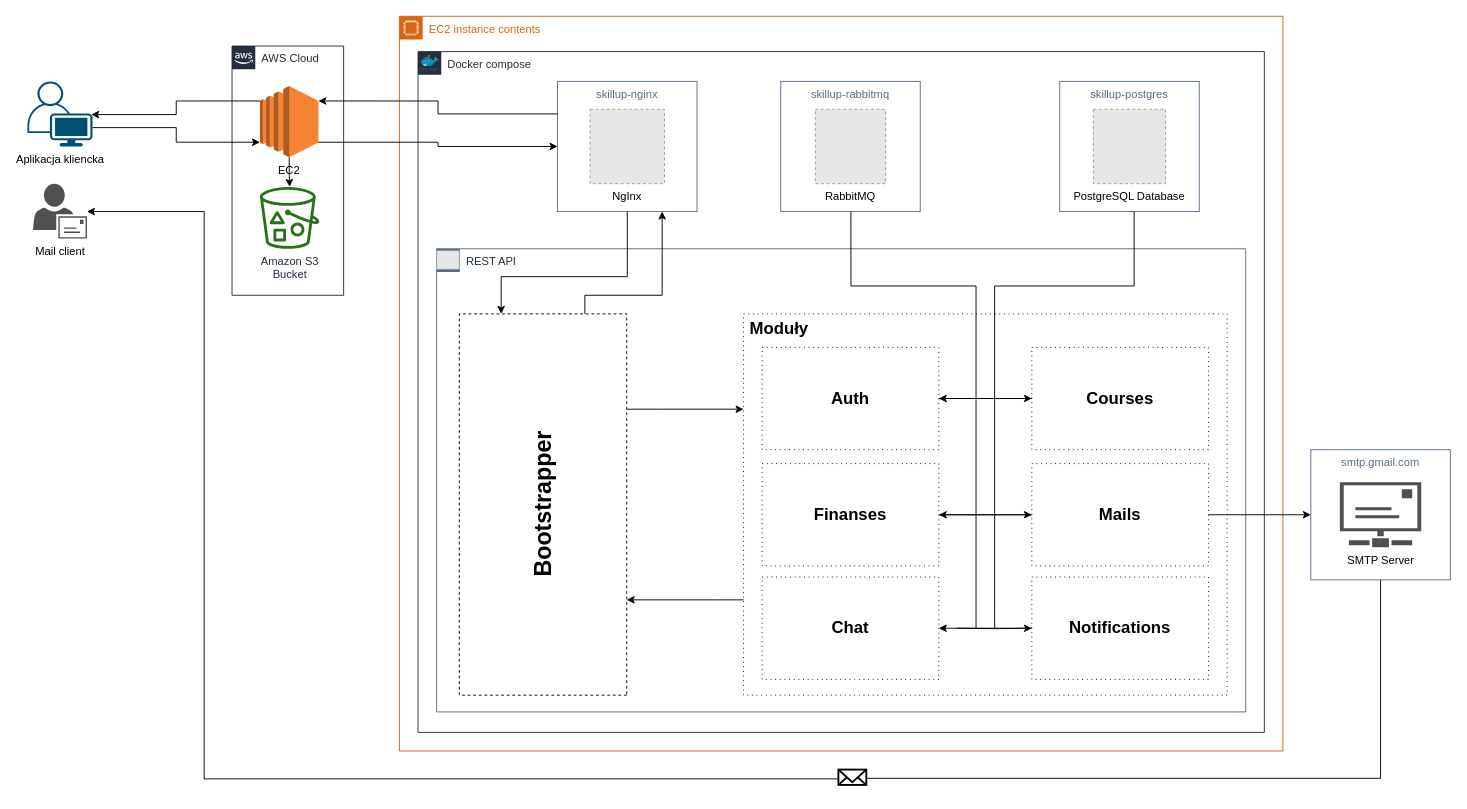
Above: page "Architecture-Prod" (1 of 3) of src/documentation/graphs.drawio in FriZiii/SkillUp (draw.io), before the change. Source tidied: cells renumbered, new cells numbered last; positions are measured from the earlier drawing's top-left corner, leaving out a move shared by most shapes. Both pictures are drawn from the tidied source at 93%, with x=0, y=0 at pixel (27, 16). Pictures stored in the file or linked from it are replaced by grey dashed boxes.
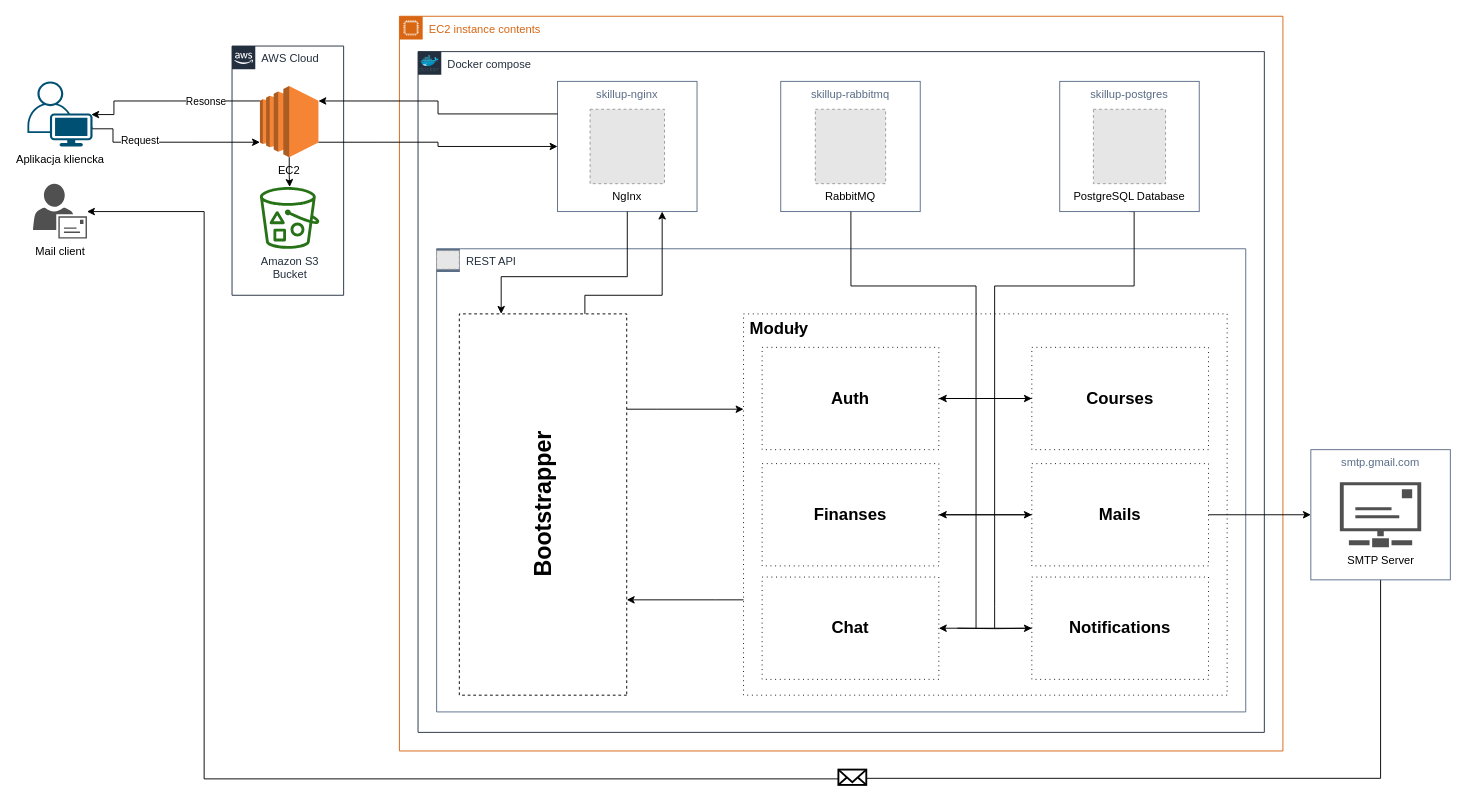
Above is the later version.

Unchanged cells that the change refers to:
```xml
<mxCell id="5" value="EC2" style="outlineConnect=0;dashed=0;verticalLabelPosition=bottom;verticalAlign=top;align=center;html=1;shape=mxgraph.aws3.ec2;fillColor=#F58534;gradientColor=none;" parent="2" vertex="1">
  <mxGeometry x="30" y="43" width="62.9" height="76.5" as="geometry" />
</mxCell>
<mxCell id="41" value="Aplikacja kliencka" style="points=[[0.35,0,0],[0.98,0.51,0],[1,0.71,0],[0.67,1,0],[0,0.795,0],[0,0.65,0]];verticalLabelPosition=bottom;sketch=0;html=1;verticalAlign=top;align=center;shape=mxgraph.cisco19.user;fillColor=#005073;strokeColor=none;" parent="1" vertex="1">
  <mxGeometry y="70" width="70" height="70" as="geometry" />
</mxCell>
```

What changed in the source:
```diff
@@
     <mxCell id="40" style="edgeStyle=orthogonalEdgeStyle;rounded=0;jettySize=auto;html=1;entryX=0;entryY=0.79;entryDx=0;entryDy=0;entryPerimeter=0;exitX=1;exitY=0.71;exitDx=0;exitDy=0;exitPerimeter=0;" parent="1" edge="1" source="41" target="5">
-      <mxGeometry relative="1" as="geometry" />
+      <mxGeometry relative="1" as="geometry">
+        <Array as="points">
+          <mxPoint x="70" y="121" />
+          <mxPoint x="92" y="121" />
+          <mxPoint x="92" y="135" />
+        </Array>
+      </mxGeometry>
     </mxCell>
+    <mxCell id="53" value="Request" style="edgeLabel;html=1;align=center;verticalAlign=middle;" parent="40" vertex="1">
+      <mxGeometry x="-0.53" y="2" relative="1" as="geometry">
+        <mxPoint x="20" as="offset" />
+      </mxGeometry>
+    </mxCell>
@@
     <mxCell id="42" style="edgeStyle=orthogonalEdgeStyle;rounded=0;jettySize=auto;html=1;exitX=0;exitY=0.21;exitDx=0;exitDy=0;exitPerimeter=0;entryX=0.98;entryY=0.51;entryDx=0;entryDy=0;entryPerimeter=0;" parent="1" edge="1" source="5" target="41">
-      <mxGeometry relative="1" as="geometry" />
+      <mxGeometry relative="1" as="geometry">
+        <Array as="points">
+          <mxPoint x="93" y="91" />
+          <mxPoint x="93" y="106" />
+        </Array>
+      </mxGeometry>
     </mxCell>
+    <mxCell id="54" value="Resonse" style="edgeLabel;html=1;align=center;verticalAlign=middle;" parent="42" vertex="1">
+      <mxGeometry x="0.66" relative="1" as="geometry">
+        <mxPoint x="98" y="-6" as="offset" />
+      </mxGeometry>
+    </mxCell>
```
